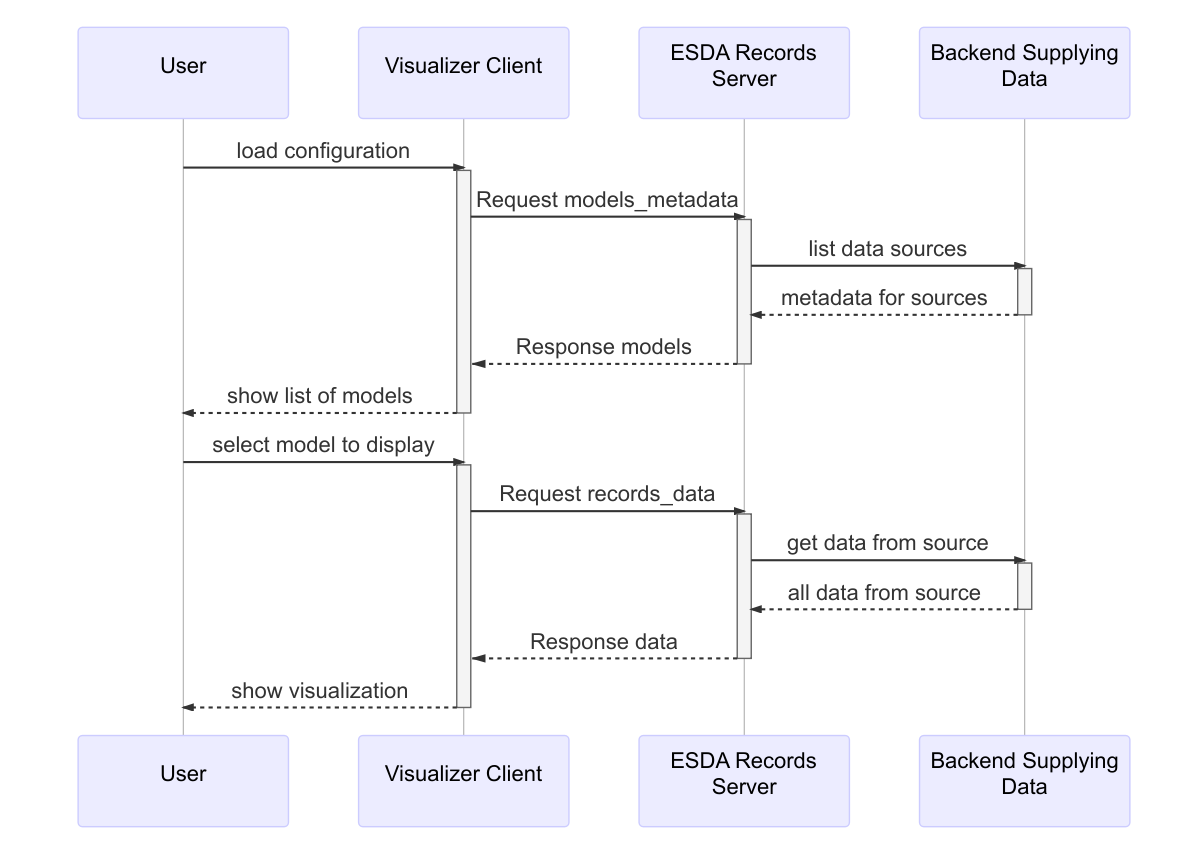
The Mermaid diagram static-data-rpc.mermaid.png in NREL/AESD, before a commit. Its source is kept beside it as static-data-rpc.mermaid.
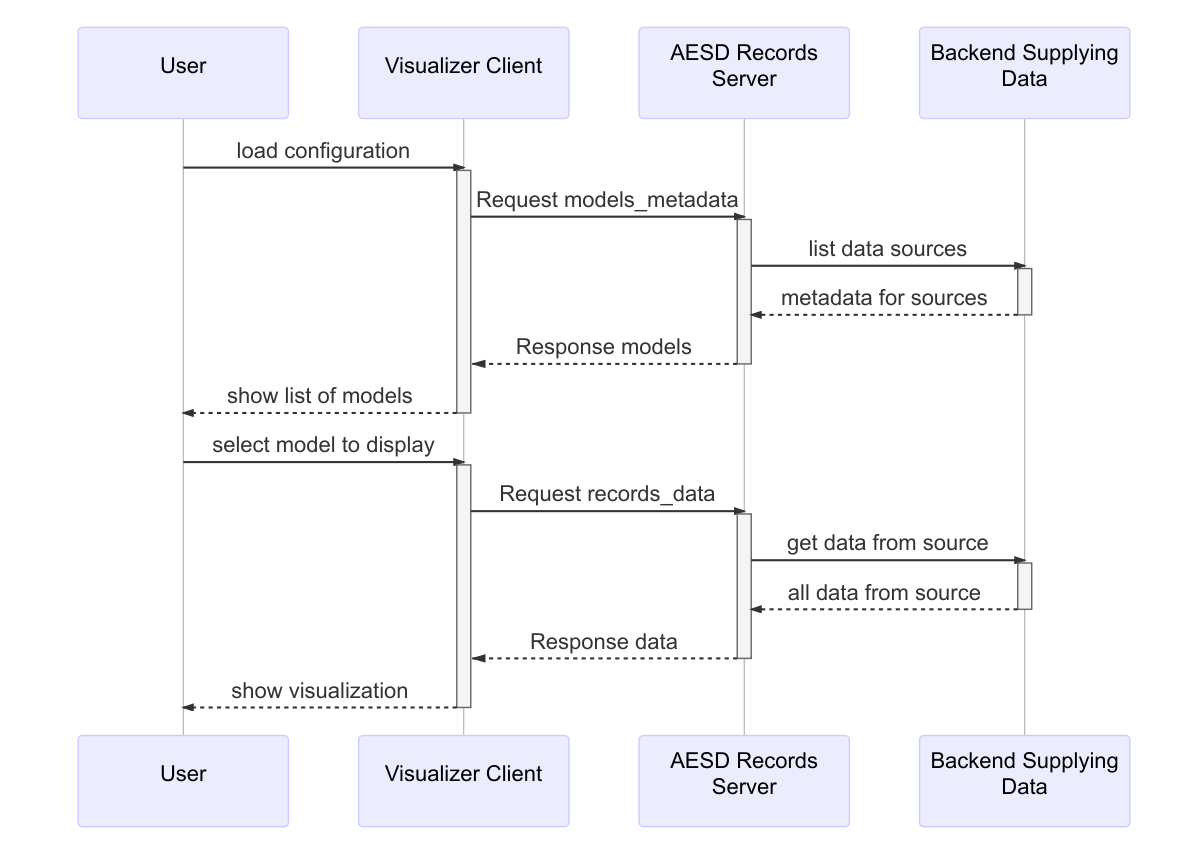
After the commit.

Change to the diagram source:
```diff
@@ -2,31 +2,31 @@
 
 participant User
 participant Visualizer Client
-participant ESDA Records Server
+participant AESD Records Server
 participant Backend Supplying Data
 
 User ->> Visualizer Client: load configuration
 activate Visualizer Client
-Visualizer Client ->> ESDA Records Server: Request models_metadata
-activate ESDA Records Server
-ESDA Records Server ->> Backend Supplying Data: list data sources
+Visualizer Client ->> AESD Records Server: Request models_metadata
+activate AESD Records Server
+AESD Records Server ->> Backend Supplying Data: list data sources
 activate Backend Supplying Data
-Backend Supplying Data -->> ESDA Records Server: metadata for sources
+Backend Supplying Data -->> AESD Records Server: metadata for sources
 deactivate Backend Supplying Data
-ESDA Records Server --x Visualizer Client: Response models
-deactivate ESDA Records Server
+AESD Records Server --x Visualizer Client: Response models
+deactivate AESD Records Server
 Visualizer Client -->> User: show list of models
 deactivate Visualizer Client
 
 User ->> Visualizer Client: select model to display
 activate Visualizer Client
-Visualizer Client ->> ESDA Records Server: Request records_data
-activate ESDA Records Server
-ESDA Records Server ->> Backend Supplying Data: get data from source
+Visualizer Client ->> AESD Records Server: Request records_data
+activate AESD Records Server
+AESD Records Server ->> Backend Supplying Data: get data from source
 activate Backend Supplying Data
-Backend Supplying Data -->> ESDA Records Server: all data from source
+Backend Supplying Data -->> AESD Records Server: all data from source
 deactivate Backend Supplying Data
-ESDA Records Server --x Visualizer Client: Response data
-deactivate ESDA Records Server
+AESD Records Server --x Visualizer Client: Response data
+deactivate AESD Records Server
 Visualizer Client -->> User: show visualization
 deactivate Visualizer Client
```
